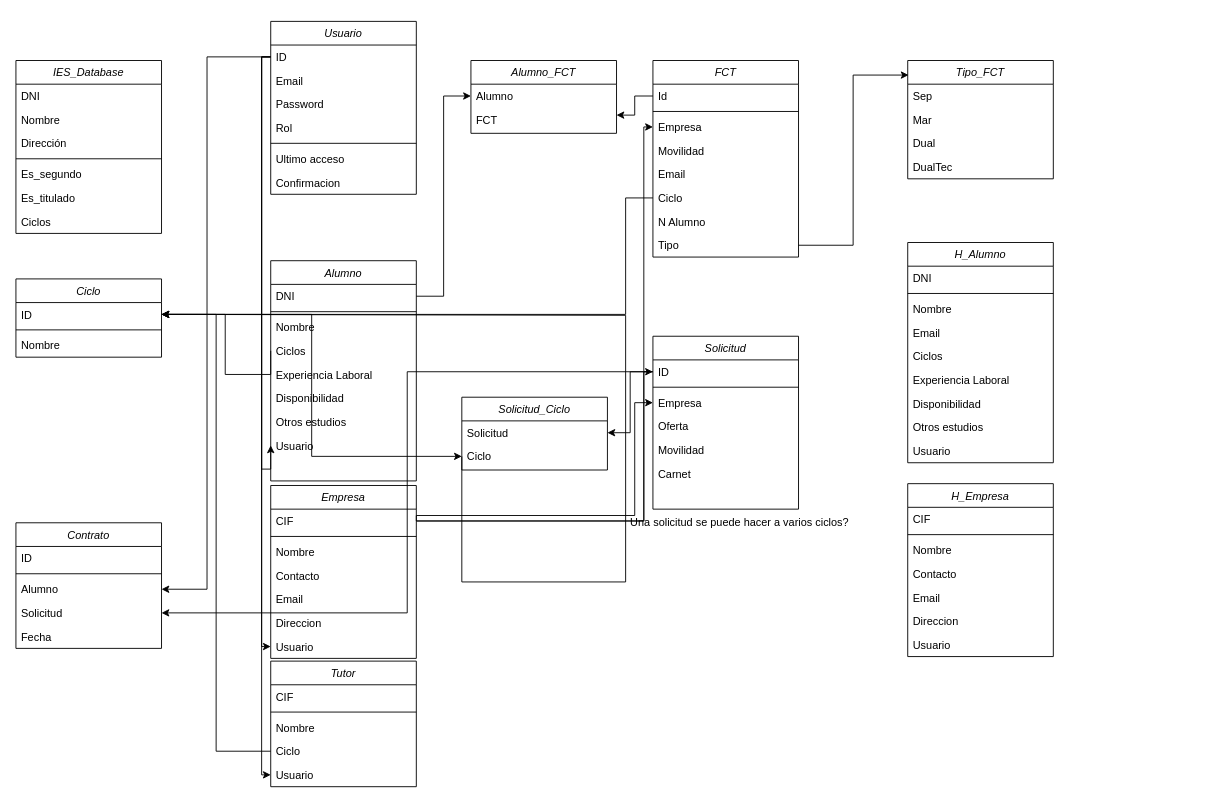
This is Bolsa de empleo.drawio from Buhuk/diagramas, a draw.io file, before an edit. Source tidied: cells renumbered, new cells numbered last; positions are measured from the earlier drawing's top-left corner, leaving out a move shared by most shapes. Both pictures are drawn from the tidied source at 91%, with x=0, y=0 at pixel (15, 21).
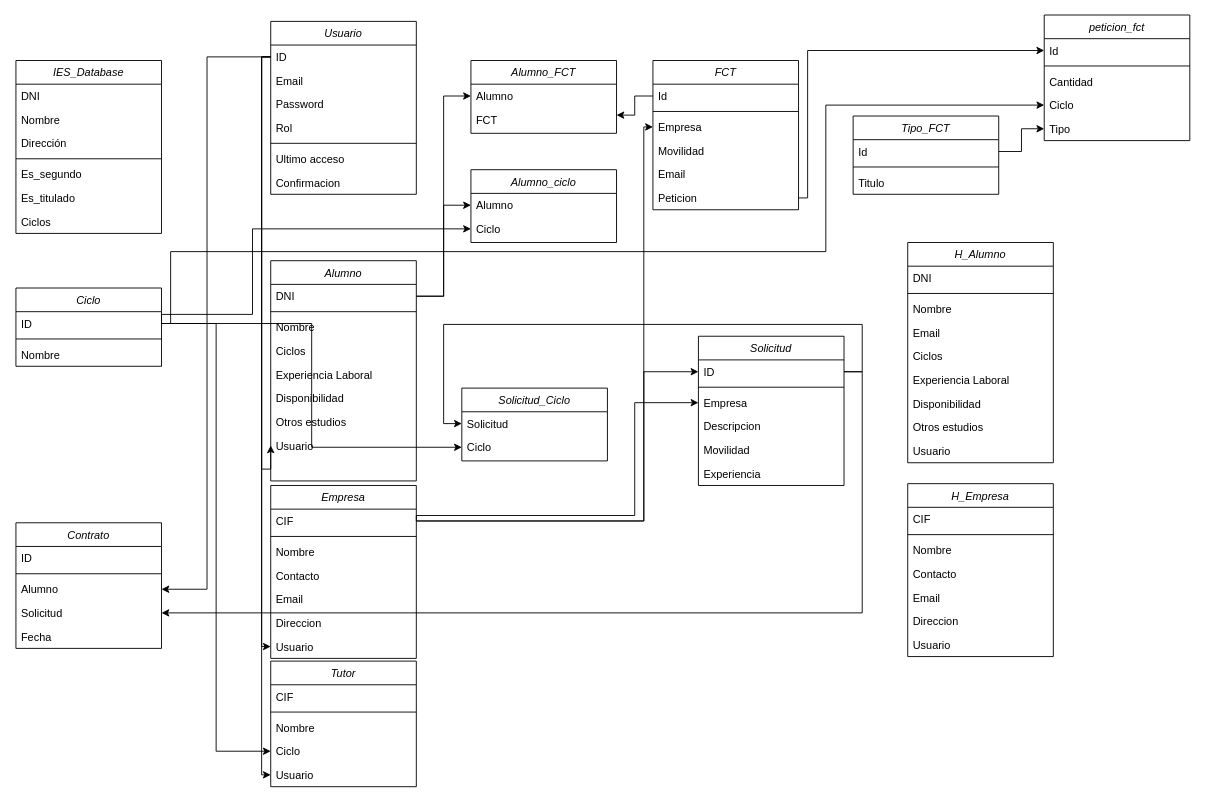
The same diagram, later.

Unchanged cells that the change refers to:
```xml
<mxCell id="11" value="DNI" style="text;align=left;verticalAlign=top;spacingLeft=4;spacingRight=4;overflow=hidden;points=[[0,0.5],[1,0.5]];portConstraint=eastwest;" parent="10" vertex="1">
  <mxGeometry y="26" width="160" height="26" as="geometry" />
</mxCell>
<mxCell id="14" value="Ciclos" style="text;align=left;verticalAlign=top;spacingLeft=4;spacingRight=4;overflow=hidden;points=[[0,0.5],[1,0.5]];portConstraint=eastwest;rounded=0;shadow=0;html=0;" parent="10" vertex="1">
  <mxGeometry y="86" width="160" height="26" as="geometry" />
</mxCell>
<mxCell id="20" value="CIF" style="text;align=left;verticalAlign=top;spacingLeft=4;spacingRight=4;overflow=hidden;points=[[0,0.5],[1,0.5]];portConstraint=eastwest;" parent="19" vertex="1">
  <mxGeometry y="26" width="160" height="26" as="geometry" />
</mxCell>
<mxCell id="36" value="ID" style="text;align=left;verticalAlign=top;spacingLeft=4;spacingRight=4;overflow=hidden;points=[[0,0.5],[1,0.5]];portConstraint=eastwest;rounded=0;shadow=0;html=0;" parent="35" vertex="1">
  <mxGeometry y="26" width="160" height="26" as="geometry" />
</mxCell>
<mxCell id="40" value="ID" style="text;align=left;verticalAlign=top;spacingLeft=4;spacingRight=4;overflow=hidden;points=[[0,0.5],[1,0.5]];portConstraint=eastwest;" parent="39" vertex="1">
  <mxGeometry y="26" width="160" height="26" as="geometry" />
</mxCell>
<mxCell id="42" value="Empresa" style="text;align=left;verticalAlign=top;spacingLeft=4;spacingRight=4;overflow=hidden;points=[[0,0.5],[1,0.5]];portConstraint=eastwest;" parent="39" vertex="1">
  <mxGeometry y="60" width="160" height="26" as="geometry" />
</mxCell>
<mxCell id="59" value="Ciclo" style="text;align=left;verticalAlign=top;spacingLeft=4;spacingRight=4;overflow=hidden;points=[[0,0.5],[1,0.5]];portConstraint=eastwest;" parent="55" vertex="1">
  <mxGeometry y="86" width="160" height="26" as="geometry" />
</mxCell>
<mxCell id="65" value="Solicitud" style="text;align=left;verticalAlign=top;spacingLeft=4;spacingRight=4;overflow=hidden;points=[[0,0.5],[1,0.5]];portConstraint=eastwest;" parent="61" vertex="1">
  <mxGeometry y="86" width="160" height="26" as="geometry" />
</mxCell>
<mxCell id="68" value="Solicitud" style="text;align=left;verticalAlign=top;spacingLeft=4;spacingRight=4;overflow=hidden;points=[[0,0.5],[1,0.5]];portConstraint=eastwest;" parent="67" vertex="1">
  <mxGeometry y="26" width="160" height="26" as="geometry" />
</mxCell>
<mxCell id="69" value="Ciclo" style="text;align=left;verticalAlign=top;spacingLeft=4;spacingRight=4;overflow=hidden;points=[[0,0.5],[1,0.5]];portConstraint=eastwest;" parent="67" vertex="1">
  <mxGeometry y="52" width="160" height="26" as="geometry" />
</mxCell>
```

Diff of the diagram source:
```diff
@@
     <mxCell id="35" value="Ciclo" style="swimlane;fontStyle=2;align=center;verticalAlign=top;horizontal=1;startSize=26;rounded=0;shadow=0;strokeWidth=1;" parent="1" vertex="1">
-      <mxGeometry y="283" width="160" height="86" as="geometry" />
+      <mxGeometry y="293" width="160" height="86" as="geometry" />
     </mxCell>
@@
     <mxCell id="39" value="Solicitud" style="swimlane;fontStyle=2;align=center;verticalAlign=top;horizontal=1;startSize=26;rounded=0;shadow=0;strokeWidth=1;" parent="1" vertex="1">
-      <mxGeometry x="700" y="346" width="160" height="190" as="geometry" />
+      <mxGeometry x="750" y="346" width="160" height="164" as="geometry" />
     </mxCell>
@@
-    <mxCell id="43" value="Oferta" style="text;align=left;verticalAlign=top;spacingLeft=4;spacingRight=4;overflow=hidden;" parent="39" vertex="1">
+    <mxCell id="43" value="Descripcion" style="text;align=left;verticalAlign=top;spacingLeft=4;spacingRight=4;overflow=hidden;" parent="39" vertex="1">
       <mxGeometry y="86" width="160" height="26" as="geometry" />
     </mxCell>
@@
-    <mxCell id="45" value="Carnet" style="text;align=left;verticalAlign=top;spacingLeft=4;spacingRight=4;overflow=hidden;" parent="39" vertex="1">
+    <mxCell id="45" value="Experiencia" style="text;align=left;verticalAlign=top;spacingLeft=4;spacingRight=4;overflow=hidden;" parent="39" vertex="1">
       <mxGeometry y="138" width="160" height="26" as="geometry" />
     </mxCell>
     <mxCell id="46" value="FCT" style="swimlane;fontStyle=2;align=center;verticalAlign=top;horizontal=1;startSize=26;rounded=0;shadow=0;strokeWidth=1;" parent="1" vertex="1">
-      <mxGeometry x="700" y="43" width="160" height="216" as="geometry" />
+      <mxGeometry x="700" y="43" width="160" height="164" as="geometry" />
     </mxCell>
@@
-    <mxCell id="52" value="Ciclo" style="text;align=left;verticalAlign=top;spacingLeft=4;spacingRight=4;overflow=hidden;points=[[0,0.5],[1,0.5]];portConstraint=eastwest;" parent="46" vertex="1">
+    <mxCell id="52" value="Peticion" style="text;align=left;verticalAlign=top;spacingLeft=4;spacingRight=4;overflow=hidden;points=[[0,0.5],[1,0.5]];portConstraint=eastwest;" parent="46" vertex="1">
       <mxGeometry y="138" width="160" height="26" as="geometry" />
     </mxCell>
-    <mxCell id="53" value="N Alumno" style="text;align=left;verticalAlign=top;spacingLeft=4;spacingRight=4;overflow=hidden;" parent="46" vertex="1">
-      <mxGeometry y="164" width="160" height="26" as="geometry" />
-    </mxCell>
-    <mxCell id="54" value="Tipo" style="text;align=left;verticalAlign=top;spacingLeft=4;spacingRight=4;overflow=hidden;points=[[0,0.5],[1,0.5]];portConstraint=eastwest;" parent="46" vertex="1">
-      <mxGeometry y="190" width="160" height="26" as="geometry" />
-    </mxCell>
@@
     <mxCell id="67" value="Solicitud_Ciclo" style="swimlane;fontStyle=2;align=center;verticalAlign=top;horizontal=1;startSize=26;rounded=0;shadow=0;strokeWidth=1;" parent="1" vertex="1">
-      <mxGeometry x="490" y="413" width="160" height="80" as="geometry" />
+      <mxGeometry x="490" y="403" width="160" height="80" as="geometry" />
     </mxCell>
@@
     <mxCell id="73" value="Tipo_FCT" style="swimlane;fontStyle=2;align=center;verticalAlign=top;horizontal=1;startSize=26;rounded=0;shadow=0;strokeWidth=1;" parent="1" vertex="1">
-      <mxGeometry x="980" y="43" width="160" height="130" as="geometry" />
+      <mxGeometry x="920" y="104" width="160" height="86" as="geometry" />
     </mxCell>
-    <mxCell id="74" value="Sep" style="text;align=left;verticalAlign=top;spacingLeft=4;spacingRight=4;overflow=hidden;" parent="73" vertex="1">
-      <mxGeometry y="26" width="160" height="26" as="geometry" />
-    </mxCell>
-    <mxCell id="75" value="Mar" style="text;align=left;verticalAlign=top;spacingLeft=4;spacingRight=4;overflow=hidden;" parent="73" vertex="1">
-      <mxGeometry y="52" width="160" height="26" as="geometry" />
-    </mxCell>
-    <mxCell id="76" value="Dual" style="text;align=left;verticalAlign=top;spacingLeft=4;spacingRight=4;overflow=hidden;" parent="73" vertex="1">
-      <mxGeometry y="78" width="160" height="26" as="geometry" />
-    </mxCell>
-    <mxCell id="77" value="DualTec" style="text;align=left;verticalAlign=top;spacingLeft=4;spacingRight=4;overflow=hidden;points=[[0,0.5],[1,0.5]];portConstraint=eastwest;" parent="73" vertex="1">
-      <mxGeometry y="104" width="160" height="26" as="geometry" />
+    <mxCell id="77" value="Id" style="text;align=left;verticalAlign=top;spacingLeft=4;spacingRight=4;overflow=hidden;points=[[0,0.5],[1,0.5]];portConstraint=eastwest;" parent="73" vertex="1">
+      <mxGeometry y="26" width="160" height="26" as="geometry" />
     </mxCell>
-    <mxCell id="78" style="edgeStyle=orthogonalEdgeStyle;rounded=0;jettySize=auto;html=1;entryX=0.006;entryY=0.123;entryDx=0;entryDy=0;entryPerimeter=0;" parent="1" edge="1" source="54" target="73">
-      <mxGeometry relative="1" as="geometry" />
-    </mxCell>
+    <mxCell id="114" style="line;html=1;strokeWidth=1;align=left;verticalAlign=middle;spacingTop=-1;spacingLeft=3;spacingRight=3;labelPosition=right;" parent="73" vertex="1">
+      <mxGeometry y="52" width="160" height="8" as="geometry" />
+    </mxCell>
+    <mxCell id="115" value="Titulo" style="text;align=left;verticalAlign=top;spacingLeft=4;spacingRight=4;overflow=hidden;" parent="73" vertex="1">
+      <mxGeometry y="60" width="160" height="26" as="geometry" />
+    </mxCell>
@@
-    <mxCell id="84" style="edgeStyle=orthogonalEdgeStyle;rounded=0;jettySize=auto;html=1;exitX=0;exitY=0.5;exitDx=0;exitDy=0;entryX=1;entryY=0.5;entryDx=0;entryDy=0;" parent="1" edge="1" source="59" target="36">
-      <mxGeometry relative="1" as="geometry" />
-    </mxCell>
@@
-    <mxCell id="86" style="edgeStyle=orthogonalEdgeStyle;rounded=0;jettySize=auto;html=1;exitX=0;exitY=0.5;exitDx=0;exitDy=0;entryX=1;entryY=0.5;entryDx=0;entryDy=0;" parent="1" edge="1" source="14" target="36">
-      <mxGeometry relative="1" as="geometry">
-        <Array as="points">
-          <mxPoint x="230" y="388" />
-          <mxPoint x="230" y="322" />
-        </Array>
-      </mxGeometry>
-    </mxCell>
@@
-    <mxCell id="88" style="edgeStyle=orthogonalEdgeStyle;rounded=0;jettySize=auto;html=1;exitX=0;exitY=0.5;exitDx=0;exitDy=0;entryX=1;entryY=0.5;entryDx=0;entryDy=0;" parent="1" edge="1" source="52" target="36">
-      <mxGeometry relative="1" as="geometry">
-        <Array as="points">
-          <mxPoint x="670" y="194" />
-          <mxPoint x="670" y="322" />
-        </Array>
-      </mxGeometry>
-    </mxCell>
@@
-    <mxCell id="90" style="edgeStyle=orthogonalEdgeStyle;rounded=0;jettySize=auto;html=1;exitX=0;exitY=0.5;exitDx=0;exitDy=0;entryX=1;entryY=0.5;entryDx=0;entryDy=0;" parent="1" edge="1" source="69" target="36">
-      <mxGeometry relative="1" as="geometry">
-        <Array as="points">
-          <mxPoint x="670" y="616" />
-          <mxPoint x="670" y="323" />
-        </Array>
-      </mxGeometry>
-    </mxCell>
-    <mxCell id="91" style="edgeStyle=orthogonalEdgeStyle;rounded=0;jettySize=auto;html=1;exitX=0;exitY=0.5;exitDx=0;exitDy=0;entryX=1;entryY=0.5;entryDx=0;entryDy=0;" parent="1" edge="1" source="40" target="68">
-      <mxGeometry relative="1" as="geometry" />
-    </mxCell>
-    <mxCell id="92" style="edgeStyle=orthogonalEdgeStyle;rounded=0;jettySize=auto;html=1;exitX=1;exitY=0.5;exitDx=0;exitDy=0;entryX=0;entryY=0.5;entryDx=0;entryDy=0;" parent="1" edge="1" source="36" target="69">
-      <mxGeometry relative="1" as="geometry" />
-    </mxCell>
@@
+    <mxCell id="112" style="edgeStyle=orthogonalEdgeStyle;rounded=0;jettySize=auto;html=1;exitX=1;exitY=0.5;exitDx=0;exitDy=0;entryX=0;entryY=0.5;entryDx=0;entryDy=0;" parent="1" edge="1" source="20" target="42">
+      <mxGeometry relative="1" as="geometry">
+        <Array as="points">
+          <mxPoint x="440" y="543" />
+          <mxPoint x="680" y="543" />
+          <mxPoint x="680" y="419" />
+        </Array>
+      </mxGeometry>
+    </mxCell>
+    <mxCell id="116" value="peticion_fct" style="swimlane;fontStyle=2;align=center;verticalAlign=top;horizontal=1;startSize=26;rounded=0;shadow=0;strokeWidth=1;" parent="1" vertex="1">
+      <mxGeometry x="1130" y="-7" width="160" height="138" as="geometry" />
+    </mxCell>
+    <mxCell id="117" value="Id" style="text;align=left;verticalAlign=top;spacingLeft=4;spacingRight=4;overflow=hidden;points=[[0,0.5],[1,0.5]];portConstraint=eastwest;" parent="116" vertex="1">
+      <mxGeometry y="26" width="160" height="26" as="geometry" />
+    </mxCell>
+    <mxCell id="118" style="line;html=1;strokeWidth=1;align=left;verticalAlign=middle;spacingTop=-1;spacingLeft=3;spacingRight=3;labelPosition=right;" parent="116" vertex="1">
+      <mxGeometry y="52" width="160" height="8" as="geometry" />
+    </mxCell>
+    <mxCell id="119" value="Cantidad" style="text;align=left;verticalAlign=top;spacingLeft=4;spacingRight=4;overflow=hidden;" parent="116" vertex="1">
+      <mxGeometry y="60" width="160" height="26" as="geometry" />
+    </mxCell>
+    <mxCell id="120" value="Ciclo" style="text;align=left;verticalAlign=top;spacingLeft=4;spacingRight=4;overflow=hidden;points=[[0,0.5],[1,0.5]];portConstraint=eastwest;" parent="116" vertex="1">
+      <mxGeometry y="86" width="160" height="26" as="geometry" />
+    </mxCell>
+    <mxCell id="54" value="Tipo" style="text;align=left;verticalAlign=top;spacingLeft=4;spacingRight=4;overflow=hidden;points=[[0,0.5],[1,0.5]];portConstraint=eastwest;" parent="116" vertex="1">
+      <mxGeometry y="112" width="160" height="26" as="geometry" />
+    </mxCell>
+    <mxCell id="121" value="Alumno_ciclo" style="swimlane;fontStyle=2;align=center;verticalAlign=top;horizontal=1;startSize=26;rounded=0;shadow=0;strokeWidth=1;" parent="1" vertex="1">
+      <mxGeometry x="500" y="163" width="160" height="80" as="geometry" />
+    </mxCell>
+    <mxCell id="122" value="Alumno" style="text;align=left;verticalAlign=top;spacingLeft=4;spacingRight=4;overflow=hidden;points=[[0,0.5],[1,0.5]];portConstraint=eastwest;" parent="121" vertex="1">
+      <mxGeometry y="26" width="160" height="26" as="geometry" />
+    </mxCell>
+    <mxCell id="123" value="Ciclo" style="text;align=left;verticalAlign=top;spacingLeft=4;spacingRight=4;overflow=hidden;points=[[0,0.5],[1,0.5]];portConstraint=eastwest;" parent="121" vertex="1">
+      <mxGeometry y="52" width="160" height="26" as="geometry" />
+    </mxCell>
+    <mxCell id="124" style="edgeStyle=orthogonalEdgeStyle;rounded=0;jettySize=auto;html=1;exitX=1;exitY=0.5;exitDx=0;exitDy=0;entryX=0;entryY=0.5;entryDx=0;entryDy=0;" parent="1" edge="1" source="11" target="122">
+      <mxGeometry relative="1" as="geometry" />
+    </mxCell>
+    <mxCell id="125" style="edgeStyle=orthogonalEdgeStyle;rounded=0;jettySize=auto;html=1;exitX=1;exitY=0.5;exitDx=0;exitDy=0;entryX=0;entryY=0.5;entryDx=0;entryDy=0;" parent="1" edge="1" source="36" target="123">
+      <mxGeometry relative="1" as="geometry">
+        <Array as="points">
+          <mxPoint x="260" y="322" />
+          <mxPoint x="260" y="228" />
+        </Array>
+      </mxGeometry>
+    </mxCell>
+    <mxCell id="126" style="edgeStyle=orthogonalEdgeStyle;rounded=0;jettySize=auto;html=1;exitX=1;exitY=0.5;exitDx=0;exitDy=0;entryX=0;entryY=0.5;entryDx=0;entryDy=0;" parent="1" edge="1" source="36" target="59">
+      <mxGeometry relative="1" as="geometry" />
+    </mxCell>
+    <mxCell id="92" style="edgeStyle=orthogonalEdgeStyle;rounded=0;jettySize=auto;html=1;exitX=1;exitY=0.5;exitDx=0;exitDy=0;entryX=0;entryY=0.5;entryDx=0;entryDy=0;" parent="1" edge="1" source="36" target="69">
+      <mxGeometry relative="1" as="geometry" />
+    </mxCell>
+    <mxCell id="91" style="edgeStyle=orthogonalEdgeStyle;rounded=0;jettySize=auto;html=1;exitX=1;exitY=0.5;exitDx=0;exitDy=0;entryX=0;entryY=0.5;entryDx=0;entryDy=0;" parent="1" edge="1" source="40" target="68">
+      <mxGeometry relative="1" as="geometry">
+        <Array as="points">
+          <mxPoint x="930" y="385" />
+          <mxPoint x="930" y="333" />
+          <mxPoint x="470" y="333" />
+          <mxPoint x="470" y="442" />
+        </Array>
+      </mxGeometry>
+    </mxCell>
-    <mxCell id="111" style="edgeStyle=orthogonalEdgeStyle;rounded=0;jettySize=auto;html=1;exitX=0;exitY=0.5;exitDx=0;exitDy=0;entryX=1;entryY=0.5;entryDx=0;entryDy=0;" parent="1" edge="1" source="40" target="65">
+    <mxCell id="111" style="edgeStyle=orthogonalEdgeStyle;rounded=0;jettySize=auto;html=1;exitX=1;exitY=0.5;exitDx=0;exitDy=0;entryX=1;entryY=0.5;entryDx=0;entryDy=0;" parent="1" edge="1" source="40" target="65">
       <mxGeometry relative="1" as="geometry" />
     </mxCell>
-    <mxCell id="112" style="edgeStyle=orthogonalEdgeStyle;rounded=0;jettySize=auto;html=1;exitX=1;exitY=0.5;exitDx=0;exitDy=0;entryX=0;entryY=0.5;entryDx=0;entryDy=0;" parent="1" edge="1" source="20" target="42">
-      <mxGeometry relative="1" as="geometry">
-        <Array as="points">
-          <mxPoint x="440" y="543" />
-          <mxPoint x="680" y="543" />
-          <mxPoint x="680" y="419" />
-        </Array>
-      </mxGeometry>
-    </mxCell>
-    <mxCell id="113" value="Una solicitud se puede hacer a varios ciclos?" style="text;html=1;align=center;verticalAlign=middle;strokeColor=none;fillColor=none;" parent="1" vertex="1">
-      <mxGeometry x="660" y="536" width="270" height="30" as="geometry" />
-    </mxCell>
+    <mxCell id="127" style="edgeStyle=orthogonalEdgeStyle;rounded=0;jettySize=auto;html=1;exitX=1;exitY=0.5;exitDx=0;exitDy=0;entryX=0;entryY=0.5;entryDx=0;entryDy=0;" parent="1" edge="1" source="77" target="54">
+      <mxGeometry relative="1" as="geometry" />
+    </mxCell>
+    <mxCell id="128" style="edgeStyle=orthogonalEdgeStyle;rounded=0;jettySize=auto;html=1;exitX=1;exitY=0.5;exitDx=0;exitDy=0;entryX=0;entryY=0.5;entryDx=0;entryDy=0;" parent="1" edge="1" source="36" target="120">
+      <mxGeometry relative="1" as="geometry">
+        <Array as="points">
+          <mxPoint x="170" y="332" />
+          <mxPoint x="170" y="253" />
+          <mxPoint x="890" y="253" />
+          <mxPoint x="890" y="92" />
+        </Array>
+      </mxGeometry>
+    </mxCell>
+    <mxCell id="129" style="edgeStyle=orthogonalEdgeStyle;rounded=0;jettySize=auto;html=1;exitX=1;exitY=0.5;exitDx=0;exitDy=0;entryX=0;entryY=0.5;entryDx=0;entryDy=0;" parent="1" edge="1" source="52" target="117">
+      <mxGeometry relative="1" as="geometry">
+        <Array as="points">
+          <mxPoint x="870" y="194" />
+          <mxPoint x="870" y="32" />
+        </Array>
+      </mxGeometry>
+    </mxCell>
```
